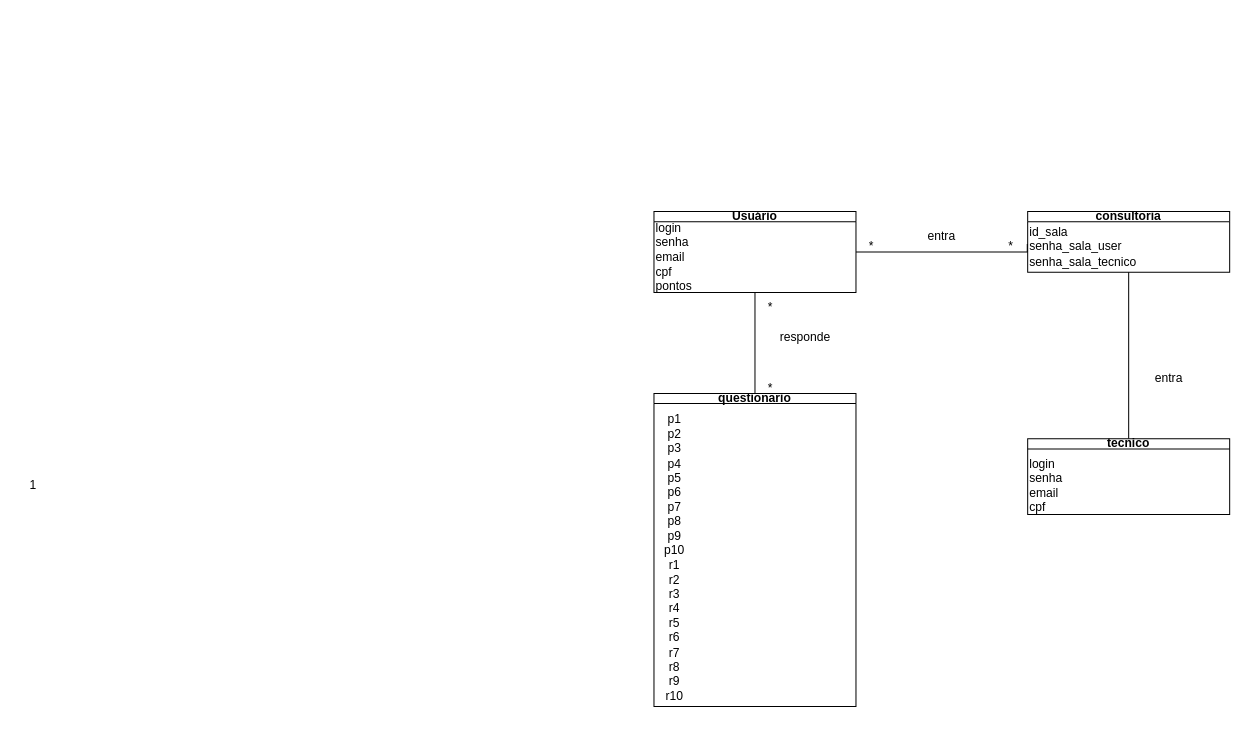
devguina/CEFET-Software_Engineering keeps this draw.io diagram as page "Page-10" (10 of 10) of Diagrama sem nome.drawio. Above is the earlier version. Source tidied: cells renumbered, new cells numbered last; positions are measured from the earlier drawing's top-left corner, leaving out a move shared by most shapes. Both pictures are drawn from the tidied source at 101%, with x=0, y=0 at pixel (17, 211).
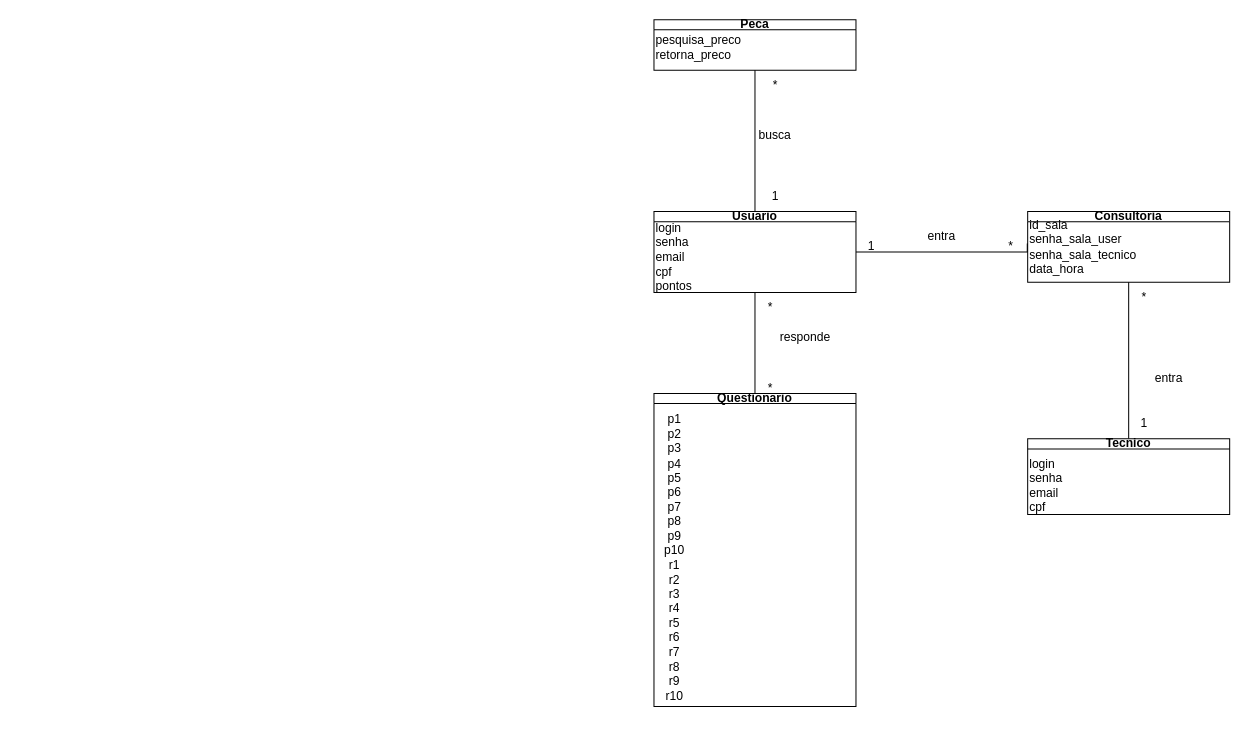
The same page after the edit.

Change to the diagram source:
```diff
@@
-    <mxCell id="3" value="Usuário" style="swimlane;whiteSpace=wrap;html=1;startSize=10;" parent="1" vertex="1">
+    <mxCell id="3" value="Usuario" style="swimlane;whiteSpace=wrap;html=1;startSize=10;" parent="1" vertex="1">
       <mxGeometry x="630" width="200" height="80" as="geometry" />
     </mxCell>
@@
-    <mxCell id="5" value="questionario" style="swimlane;whiteSpace=wrap;html=1;startSize=10;" parent="1" vertex="1">
+    <mxCell id="5" value="Questionario" style="swimlane;whiteSpace=wrap;html=1;startSize=10;" parent="1" vertex="1">
       <mxGeometry x="630" y="180" width="200" height="310" as="geometry" />
     </mxCell>
@@
-    <mxCell id="10" value="1" style="text;html=1;align=center;verticalAlign=middle;strokeColor=none;fillColor=none;" parent="1" vertex="1">
-      <mxGeometry y="255.5" width="30" height="30" as="geometry" />
-    </mxCell>
-    <mxCell id="11" value="consultoria" style="swimlane;whiteSpace=wrap;html=1;startSize=10;" parent="1" vertex="1">
-      <mxGeometry x="1000" width="200" height="60" as="geometry" />
+    <mxCell id="11" value="Consultoria" style="swimlane;whiteSpace=wrap;html=1;startSize=10;" parent="1" vertex="1">
+      <mxGeometry x="1000" width="200" height="70" as="geometry" />
     </mxCell>
-    <mxCell id="12" value="id_sala&lt;div&gt;senha_sala_user&lt;/div&gt;&lt;div&gt;senha_sala_tecnico&lt;/div&gt;" style="text;html=1;align=left;verticalAlign=middle;points=[];strokeColor=none;fillColor=none;" parent="11" vertex="1">
-      <mxGeometry y="5" width="130" height="60" as="geometry" />
+    <mxCell id="12" value="id_sala&lt;div&gt;senha_sala_user&lt;/div&gt;&lt;div&gt;senha_sala_tecnico&lt;/div&gt;&lt;div&gt;data_hora&lt;/div&gt;" style="text;html=1;align=left;verticalAlign=middle;points=[];strokeColor=none;fillColor=none;" parent="11" vertex="1">
+      <mxGeometry width="130" height="70" as="geometry" />
     </mxCell>
@@
-    <mxCell id="14" value="tecnico" style="swimlane;whiteSpace=wrap;html=1;startSize=10;" parent="1" vertex="1">
+    <mxCell id="14" value="Tecnico" style="swimlane;whiteSpace=wrap;html=1;startSize=10;" parent="1" vertex="1">
       <mxGeometry x="1000" y="225" width="200" height="75" as="geometry" />
     </mxCell>
@@
-    <mxCell id="17" value="*" style="text;html=1;align=center;verticalAlign=middle;strokeColor=none;fillColor=none;" parent="1" vertex="1">
+    <mxCell id="17" value="1" style="text;html=1;align=center;verticalAlign=middle;strokeColor=none;fillColor=none;" parent="1" vertex="1">
       <mxGeometry x="830" y="20" width="30" height="30" as="geometry" />
     </mxCell>
@@
+    <mxCell id="21" value="1" style="text;html=1;align=center;verticalAlign=middle;strokeColor=none;fillColor=none;" parent="1" vertex="1">
+      <mxGeometry x="1100" y="195" width="30" height="30" as="geometry" />
+    </mxCell>
+    <mxCell id="22" value="*" style="text;html=1;align=center;verticalAlign=middle;strokeColor=none;fillColor=none;" parent="1" vertex="1">
+      <mxGeometry x="1100" y="70" width="30" height="30" as="geometry" />
+    </mxCell>
+    <mxCell id="23" value="Peca" style="swimlane;whiteSpace=wrap;html=1;startSize=10;" parent="1" vertex="1">
+      <mxGeometry x="630" y="-190" width="200" height="50" as="geometry" />
+    </mxCell>
+    <mxCell id="24" value="pesquisa_preco&lt;div&gt;retorna_preco&lt;/div&gt;&lt;div&gt;&lt;br&gt;&lt;/div&gt;" style="text;html=1;align=left;verticalAlign=middle;strokeColor=none;fillColor=none;" parent="23" vertex="1">
+      <mxGeometry y="5" width="110" height="60" as="geometry" />
+    </mxCell>
+    <mxCell id="25" value="1" style="text;html=1;align=center;verticalAlign=middle;strokeColor=none;fillColor=none;" parent="1" vertex="1">
+      <mxGeometry x="735" y="-30" width="30" height="30" as="geometry" />
+    </mxCell>
+    <mxCell id="26" value="*" style="text;html=1;align=center;verticalAlign=middle;strokeColor=none;fillColor=none;" parent="1" vertex="1">
+      <mxGeometry x="735" y="-140" width="30" height="30" as="geometry" />
+    </mxCell>
+    <mxCell id="27" value="busca" style="text;html=1;align=center;verticalAlign=middle;whiteSpace=wrap;rounded=0;" parent="1" vertex="1">
+      <mxGeometry x="720" y="-90" width="60" height="30" as="geometry" />
+    </mxCell>
+    <mxCell id="28" style="edgeStyle=orthogonalEdgeStyle;rounded=0;jettySize=auto;html=1;endArrow=none;endFill=0;" parent="1" edge="1" source="3">
+      <mxGeometry relative="1" as="geometry">
+        <mxPoint x="730" y="-140" as="targetPoint" />
+      </mxGeometry>
+    </mxCell>
```
